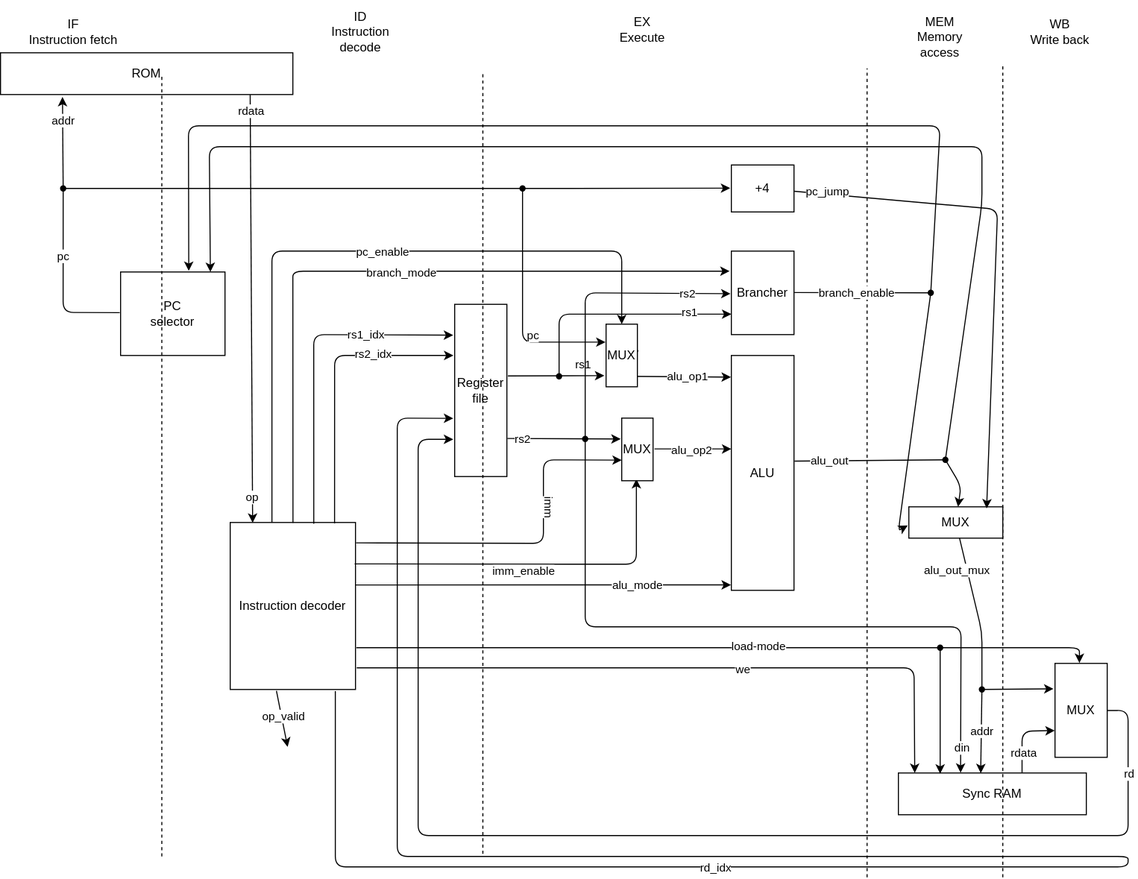
Before: doc/diagram.drawio.svg, a diagram exported from draw.io (ncotti/riscotti-v). Source tidied: cells renumbered, new cells last; positions are measured from the earlier drawing's top-left corner, leaving out a move shared by most shapes.
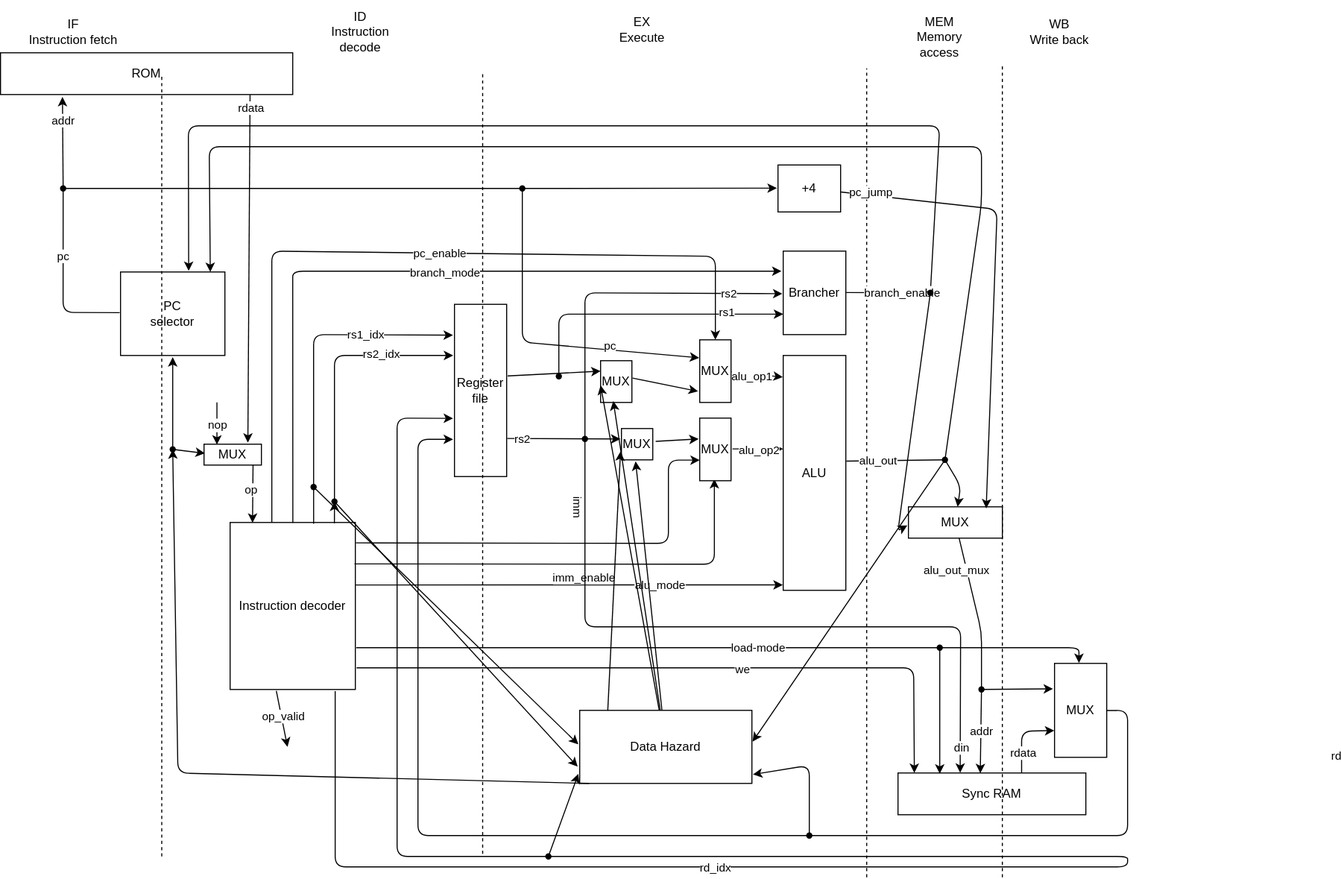
After the commit.

Commit message:
Data hazard for repeated store is saved

What changed in the source:
```diff
@@ -25,10 +25,10 @@
       </mxGeometry>
     </mxCell>
     <mxCell id="6" style="edgeStyle=none;html=1;exitX=0.333;exitY=0.005;exitDx=0;exitDy=0;exitPerimeter=0;entryX=0.5;entryY=0;entryDx=0;entryDy=0;entryPerimeter=0;" parent="1" edge="1" source="8" target="86">
-      <mxGeometry x="-0.5" relative="1" as="geometry">
+      <mxGeometry x="-0.53" relative="1" as="geometry">
         <Array as="points">
           <mxPoint x="260" y="240" />
-          <mxPoint x="595" y="240" />
+          <mxPoint x="685" y="245" />
         </Array>
       </mxGeometry>
     </mxCell>
@@ -57,34 +57,22 @@
       <mxGeometry x="25" y="20" width="90" height="20" as="geometry" />
     </mxCell>
     <mxCell id="15" value="ALU" style="rounded=0;whiteSpace=wrap;html=1;" parent="1" vertex="1">
-      <mxGeometry x="700" y="340" width="60" height="225" as="geometry" />
+      <mxGeometry x="750" y="340" width="60" height="225" as="geometry" />
     </mxCell>
-    <mxCell id="16" style="edgeStyle=none;html=1;entryX=-0.028;entryY=0.784;entryDx=0;entryDy=0;entryPerimeter=0;exitX=1;exitY=0.502;exitDx=0;exitDy=0;exitPerimeter=0;" parent="1" edge="1" source="70" target="3">
+    <mxCell id="16" style="edgeStyle=none;html=1;entryX=-0.028;entryY=0.784;entryDx=0;entryDy=0;entryPerimeter=0;exitDx=0;exitDy=0;exitPerimeter=0;" parent="1" edge="1" source="104" target="3">
       <mxGeometry x="-0.05" relative="1" as="geometry">
         <Array as="points">
-          <mxPoint x="1080" y="680" />
-          <mxPoint x="1080" y="800" />
           <mxPoint x="400" y="800" />
           <mxPoint x="400" y="420.4" />
         </Array>
       </mxGeometry>
     </mxCell>
-    <mxCell id="17" value="rd" style="edgeLabel;html=1;align=center;verticalAlign=middle;" parent="16" vertex="1">
-      <mxGeometry x="-0.45" y="-1" relative="1" as="geometry">
-        <mxPoint x="200" y="-59" as="offset" />
-      </mxGeometry>
-    </mxCell>
     <mxCell id="18" value="&lt;div&gt;Sync RAM&lt;/div&gt;" style="rounded=0;whiteSpace=wrap;html=1;" parent="1" vertex="1">
       <mxGeometry x="860" y="740" width="180" height="40" as="geometry" />
     </mxCell>
-    <mxCell id="19" style="endArrow=classic;html=1;exitX=1.01;exitY=0.779;exitDx=0;exitDy=0;exitPerimeter=0;entryX=-0.034;entryY=0.333;entryDx=0;entryDy=0;entryPerimeter=0;" parent="1" edge="1" source="3" target="43">
+    <mxCell id="19" style="endArrow=classic;html=1;exitX=1.093;exitY=0.409;exitDx=0;exitDy=0;exitPerimeter=0;entryX=-0.034;entryY=0.333;entryDx=0;entryDy=0;entryPerimeter=0;" parent="1" edge="1" source="108" target="43">
       <mxGeometry relative="1" as="geometry" />
     </mxCell>
-    <mxCell id="20" value="rs2" style="edgeLabel;html=1;align=center;verticalAlign=middle;" parent="19" vertex="1">
-      <mxGeometry x="-0.18" y="2" relative="1" as="geometry">
-        <mxPoint x="-31" y="2" as="offset" />
-      </mxGeometry>
-    </mxCell>
     <mxCell id="21" style="endArrow=none;dashed=1;html=1;" parent="1" edge="1">
       <mxGeometry relative="1" as="geometry">
         <mxPoint x="462" y="817.5" as="sourcePoint" />
@@ -109,7 +97,7 @@
         <mxPoint x="28" as="offset" />
       </mxGeometry>
     </mxCell>
-    <mxCell id="25" style="endArrow=classic;html=1;entryX=-0.025;entryY=0.297;entryDx=0;entryDy=0;entryPerimeter=0;exitX=0.833;exitY=0.005;exitDx=0;exitDy=0;exitPerimeter=0;" parent="1" edge="1" source="8" target="3">
+    <mxCell id="25" style="endArrow=classic;html=1;entryX=-0.025;entryY=0.297;entryDx=0;entryDy=0;entryPerimeter=0;exitDx=0;exitDy=0;exitPerimeter=0;" parent="1" edge="1" source="116" target="3">
       <mxGeometry x="0.19" relative="1" as="geometry">
         <Array as="points">
           <mxPoint x="320" y="340" />
@@ -132,7 +120,7 @@
     <mxCell id="29" style="edgeStyle=none;html=1;entryX=0.468;entryY=0.973;entryDx=0;entryDy=0;entryPerimeter=0;exitX=0.993;exitY=0.248;exitDx=0;exitDy=0;exitPerimeter=0;" parent="1" edge="1" source="8" target="43">
       <mxGeometry x="0.44" relative="1" as="geometry">
         <Array as="points">
-          <mxPoint x="609" y="540" />
+          <mxPoint x="684" y="540" />
         </Array>
       </mxGeometry>
     </mxCell>
@@ -201,16 +189,14 @@
       </mxGeometry>
     </mxCell>
     <mxCell id="43" value="MUX" style="rounded=0;whiteSpace=wrap;html=1;" parent="1" vertex="1">
-      <mxGeometry x="595" y="400" width="30" height="60" as="geometry" />
+      <mxGeometry x="670" y="400" width="30" height="60" as="geometry" />
     </mxCell>
-    <mxCell id="44" style="edgeStyle=none;html=1;endArrow=classic;endFill=1;entryX=-0.007;entryY=0.092;entryDx=0;entryDy=0;entryPerimeter=0;" parent="1" edge="1" target="15">
-      <mxGeometry relative="1" as="geometry">
-        <mxPoint x="600" y="360" as="sourcePoint" />
-      </mxGeometry>
+    <mxCell id="44" style="edgeStyle=none;html=1;endArrow=classic;endFill=1;entryX=-0.007;entryY=0.092;entryDx=0;entryDy=0;entryPerimeter=0;exitX=0.993;exitY=0.508;exitDx=0;exitDy=0;exitPerimeter=0;" parent="1" edge="1" source="86" target="15">
+      <mxGeometry relative="1" as="geometry" />
     </mxCell>
     <mxCell id="45" value="alu_op1" style="edgeLabel;html=1;align=center;verticalAlign=middle;" parent="44" vertex="1">
-      <mxGeometry x="0.56" y="1" relative="1" as="geometry">
-        <mxPoint x="-21" as="offset" />
+      <mxGeometry x="0.31" y="1" relative="1" as="geometry">
+        <mxPoint x="-13" y="2" as="offset" />
       </mxGeometry>
     </mxCell>
     <mxCell id="46" style="edgeStyle=none;html=1;exitX=0.501;exitY=0.002;exitDx=0;exitDy=0;exitPerimeter=0;entryX=-0.027;entryY=0.24;entryDx=0;entryDy=0;entryPerimeter=0;" parent="1" edge="1" source="8" target="61">
@@ -262,17 +248,9 @@
         <mxPoint x="960" y="60" as="targetPoint" />
       </mxGeometry>
     </mxCell>
-    <mxCell id="54" style="endArrow=classic;html=1;exitX=0.854;exitY=1.009;exitDx=0;exitDy=0;exitPerimeter=0;entryX=0.179;entryY=0.002;entryDx=0;entryDy=0;entryPerimeter=0;" parent="1" edge="1" source="2" target="8">
+    <mxCell id="54" style="endArrow=classic;html=1;exitX=0.854;exitY=1.009;exitDx=0;exitDy=0;exitPerimeter=0;entryX=0.179;entryY=0.002;entryDx=0;entryDy=0;entryPerimeter=0;" parent="1" edge="1" source="125" target="8">
       <mxGeometry relative="1" as="geometry" />
     </mxCell>
-    <mxCell id="55" value="op" style="edgeLabel;html=1;align=center;verticalAlign=middle;" parent="54" vertex="1">
-      <mxGeometry x="-0.82" y="-1" relative="1" as="geometry">
-        <mxPoint x="2" y="349" as="offset" />
-      </mxGeometry>
-    </mxCell>
-    <mxCell id="56" value="rdata" style="edgeLabel;html=1;align=center;verticalAlign=middle;" parent="54" vertex="1">
-      <mxGeometry x="-0.93" relative="1" as="geometry" />
-    </mxCell>
     <mxCell id="57" style="edgeStyle=none;html=1;entryX=0.86;entryY=0;entryDx=0;entryDy=0;entryPerimeter=0;" parent="1" edge="1" source="89" target="13">
       <mxGeometry x="0.33" relative="1" as="geometry">
         <Array as="points">
@@ -286,8 +264,8 @@
     <mxCell id="58" style="edgeStyle=none;html=1;exitX=1.004;exitY=0.122;exitDx=0;exitDy=0;exitPerimeter=0;rounded=1;curved=0;endArrow=classic;endFill=1;entryX=0.003;entryY=0.671;entryDx=0;entryDy=0;entryPerimeter=0;" parent="1" edge="1" source="8" target="43">
       <mxGeometry x="-0.33" relative="1" as="geometry">
         <Array as="points">
-          <mxPoint x="520" y="520" />
-          <mxPoint x="520" y="440" />
+          <mxPoint x="640" y="520" />
+          <mxPoint x="640" y="440.3" />
         </Array>
       </mxGeometry>
     </mxCell>
@@ -305,18 +283,8 @@
       </mxGeometry>
     </mxCell>
     <mxCell id="61" value="Brancher" style="rounded=0;whiteSpace=wrap;html=1;" parent="1" vertex="1">
-      <mxGeometry x="700" y="240" width="60" height="80" as="geometry" />
+      <mxGeometry x="750" y="240" width="60" height="80" as="geometry" />
     </mxCell>
-    <mxCell id="62" style="edgeStyle=none;html=1;endArrow=none;endFill=0;entryDx=0;entryDy=0;entryPerimeter=0;exitX=1.02;exitY=0.416;exitDx=0;exitDy=0;exitPerimeter=0;" parent="1" edge="1" source="86">
-      <mxGeometry relative="1" as="geometry">
-        <mxPoint x="600" y="360" as="targetPoint" />
-      </mxGeometry>
-    </mxCell>
-    <mxCell id="63" value="rs1" style="edgeLabel;html=1;align=center;verticalAlign=middle;" parent="62" vertex="1">
-      <mxGeometry x="0.07" relative="1" as="geometry">
-        <mxPoint x="-47" as="offset" />
-      </mxGeometry>
-    </mxCell>
     <mxCell id="64" style="endArrow=none;dashed=1;html=1;" parent="1" edge="1">
       <mxGeometry relative="1" as="geometry">
         <mxPoint x="830" y="840" as="sourcePoint" />
@@ -415,11 +383,11 @@
     <mxCell id="84" style="shape=waypoint;sketch=0;fillStyle=solid;size=6;points=[];fillColor=none;perimeter=centerPerimeter;snapToPoint=1;" parent="1" vertex="1">
       <mxGeometry x="525" y="350" width="20" height="20" as="geometry" />
     </mxCell>
-    <mxCell id="85" style="edgeStyle=none;html=1;endArrow=classic;endFill=1;entryDx=0;entryDy=0;entryPerimeter=0;exitX=1.02;exitY=0.416;exitDx=0;exitDy=0;exitPerimeter=0;entryX=-0.056;entryY=0.822;" parent="1" edge="1" source="3" target="86">
+    <mxCell id="85" style="edgeStyle=none;html=1;endArrow=classic;endFill=1;entryDx=0;entryDy=0;entryPerimeter=0;exitX=1.02;exitY=0.416;exitDx=0;exitDy=0;exitPerimeter=0;entryX=-0.056;entryY=0.822;" parent="1" edge="1" source="111" target="86">
       <mxGeometry relative="1" as="geometry" />
     </mxCell>
     <mxCell id="86" value="MUX" style="rounded=0;whiteSpace=wrap;html=1;" parent="1" vertex="1">
-      <mxGeometry x="580" y="310" width="30" height="60" as="geometry" />
+      <mxGeometry x="670" y="325" width="30" height="60" as="geometry" />
     </mxCell>
     <mxCell id="87" style="edgeStyle=none;html=1;entryDx=0;entryDy=0;entryPerimeter=0;exitX=1.008;exitY=0.45;exitDx=0;exitDy=0;exitPerimeter=0;endArrow=none;endFill=0;" parent="1" edge="1" source="15" target="89">
       <mxGeometry x="0.2" relative="1" as="geometry" />
@@ -442,7 +410,7 @@
       <mxGeometry x="490" y="170" width="20" height="20" as="geometry" />
     </mxCell>
     <mxCell id="93" value="+4" style="rounded=0;whiteSpace=wrap;html=1;" parent="1" vertex="1">
-      <mxGeometry x="700" y="157.5" width="60" height="45" as="geometry" />
+      <mxGeometry x="745" y="157.5" width="60" height="45" as="geometry" />
     </mxCell>
     <mxCell id="94" style="edgeStyle=none;html=1;entryDx=0;entryDy=0;entryPerimeter=0;exitDx=0;exitDy=0;exitPerimeter=0;endArrow=classic;endFill=1;" parent="1" edge="1" source="89" target="95">
       <mxGeometry x="0.2" relative="1" as="geometry">
@@ -482,5 +450,125 @@
         </Array>
       </mxGeometry>
     </mxCell>
+    <mxCell id="102" value="Data Hazard" style="rounded=0;whiteSpace=wrap;html=1;" parent="1" vertex="1">
+      <mxGeometry x="555" y="680" width="165" height="70" as="geometry" />
+    </mxCell>
+    <mxCell id="103" style="edgeStyle=none;html=1;exitX=1;exitY=0.502;exitDx=0;exitDy=0;exitPerimeter=0;endArrow=none;endFill=0;" parent="1" edge="1" source="70" target="104">
+      <mxGeometry x="-0.05" relative="1" as="geometry">
+        <Array as="points">
+          <mxPoint x="1080" y="680" />
+          <mxPoint x="1080" y="800" />
+        </Array>
+      </mxGeometry>
+    </mxCell>
+    <mxCell id="17" value="rd" style="edgeLabel;html=1;align=center;verticalAlign=middle;" parent="103" vertex="1">
+      <mxGeometry x="-0.45" y="-1" relative="1" as="geometry">
+        <mxPoint x="200" y="-59" as="offset" />
+      </mxGeometry>
+    </mxCell>
+    <mxCell id="104" style="shape=waypoint;sketch=0;fillStyle=solid;size=6;points=[];fillColor=none;perimeter=centerPerimeter;snapToPoint=1;" parent="1" vertex="1">
+      <mxGeometry x="765" y="790" width="20" height="20" as="geometry" />
+    </mxCell>
+    <mxCell id="105" style="edgeStyle=none;html=1;entryX=1.006;entryY=0.878;entryDx=0;entryDy=0;entryPerimeter=0;" parent="1" edge="1" source="104" target="102">
+      <mxGeometry relative="1" as="geometry">
+        <Array as="points">
+          <mxPoint x="775" y="732.7" />
+        </Array>
+      </mxGeometry>
+    </mxCell>
+    <mxCell id="106" style="edgeStyle=none;html=1;entryX=1.004;entryY=0.428;entryDx=0;entryDy=0;entryPerimeter=0;" parent="1" edge="1" source="89" target="102">
+      <mxGeometry relative="1" as="geometry" />
+    </mxCell>
+    <mxCell id="107" style="endArrow=classic;html=1;exitX=1.01;exitY=0.779;exitDx=0;exitDy=0;exitPerimeter=0;entryX=-0.034;entryY=0.333;entryDx=0;entryDy=0;entryPerimeter=0;" parent="1" edge="1" source="3" target="108">
+      <mxGeometry relative="1" as="geometry" />
+    </mxCell>
+    <mxCell id="20" value="rs2" style="edgeLabel;html=1;align=center;verticalAlign=middle;" parent="107" vertex="1">
+      <mxGeometry x="-0.18" y="2" relative="1" as="geometry">
+        <mxPoint x="-31" y="2" as="offset" />
+      </mxGeometry>
+    </mxCell>
+    <mxCell id="108" value="MUX" style="rounded=0;whiteSpace=wrap;html=1;" parent="1" vertex="1">
+      <mxGeometry x="595" y="410" width="30" height="30" as="geometry" />
+    </mxCell>
+    <mxCell id="109" style="edgeStyle=none;html=1;entryX=-0.03;entryY=0.729;entryDx=0;entryDy=0;entryPerimeter=0;exitX=0.163;exitY=0.003;exitDx=0;exitDy=0;exitPerimeter=0;" parent="1" edge="1" source="102" target="108">
+      <mxGeometry relative="1" as="geometry" />
+    </mxCell>
+    <mxCell id="110" style="edgeStyle=none;html=1;endArrow=classic;endFill=1;entryDx=0;entryDy=0;entryPerimeter=0;exitX=1.02;exitY=0.416;exitDx=0;exitDy=0;exitPerimeter=0;entryX=0;entryY=0.25;" parent="1" edge="1" source="3" target="111">
+      <mxGeometry relative="1" as="geometry" />
+    </mxCell>
+    <mxCell id="111" value="MUX" style="rounded=0;whiteSpace=wrap;html=1;" parent="1" vertex="1">
+      <mxGeometry x="575" y="345" width="30" height="40" as="geometry" />
+    </mxCell>
+    <mxCell id="112" style="edgeStyle=none;html=1;entryX=0.452;entryY=1.048;entryDx=0;entryDy=0;entryPerimeter=0;" parent="1" edge="1" source="102" target="108">
+      <mxGeometry relative="1" as="geometry" />
+    </mxCell>
+    <mxCell id="113" style="edgeStyle=none;html=1;entryX=0.405;entryY=0.966;entryDx=0;entryDy=0;entryPerimeter=0;" parent="1" edge="1" source="102" target="111">
+      <mxGeometry relative="1" as="geometry" />
+    </mxCell>
+    <mxCell id="114" style="edgeStyle=none;html=1;entryX=0.001;entryY=0.59;entryDx=0;entryDy=0;entryPerimeter=0;" parent="1" edge="1" source="102" target="111">
+      <mxGeometry relative="1" as="geometry" />
+    </mxCell>
+    <mxCell id="115" style="endArrow=classic;html=1;entryDx=0;entryDy=0;entryPerimeter=0;exitX=0.833;exitY=0.005;exitDx=0;exitDy=0;exitPerimeter=0;" parent="1" edge="1" source="8" target="116">
+      <mxGeometry x="0.19" relative="1" as="geometry" />
+    </mxCell>
+    <mxCell id="116" style="shape=waypoint;sketch=0;fillStyle=solid;size=6;points=[];fillColor=none;perimeter=centerPerimeter;snapToPoint=1;" parent="1" vertex="1">
+      <mxGeometry x="310" y="470" width="20" height="20" as="geometry" />
+    </mxCell>
+    <mxCell id="117" style="edgeStyle=none;html=1;entryX=-0.012;entryY=0.771;entryDx=0;entryDy=0;entryPerimeter=0;" parent="1" edge="1" source="116" target="102">
+      <mxGeometry relative="1" as="geometry" />
+    </mxCell>
+    <mxCell id="118" style="shape=waypoint;sketch=0;fillStyle=solid;size=6;points=[];fillColor=none;perimeter=centerPerimeter;snapToPoint=1;" parent="1" vertex="1">
+      <mxGeometry x="290" y="456" width="20" height="20" as="geometry" />
+    </mxCell>
+    <mxCell id="119" style="edgeStyle=none;html=1;entryX=-0.008;entryY=0.465;entryDx=0;entryDy=0;entryPerimeter=0;" parent="1" edge="1" source="118" target="102">
+      <mxGeometry relative="1" as="geometry" />
+    </mxCell>
+    <mxCell id="120" style="shape=waypoint;sketch=0;fillStyle=solid;size=6;points=[];fillColor=none;perimeter=centerPerimeter;snapToPoint=1;" parent="1" vertex="1">
+      <mxGeometry x="515" y="810" width="20" height="20" as="geometry" />
+    </mxCell>
+    <mxCell id="121" style="edgeStyle=none;html=1;entryX=-0.008;entryY=0.87;entryDx=0;entryDy=0;entryPerimeter=0;" parent="1" edge="1" source="120" target="102">
+      <mxGeometry relative="1" as="geometry" />
+    </mxCell>
+    <mxCell id="122" style="endArrow=classic;html=1;exitX=0.854;exitY=1.009;exitDx=0;exitDy=0;exitPerimeter=0;entryX=0.764;entryY=-0.075;entryDx=0;entryDy=0;entryPerimeter=0;" parent="1" edge="1" source="2" target="125">
+      <mxGeometry relative="1" as="geometry" />
+    </mxCell>
+    <mxCell id="55" value="op" style="edgeLabel;html=1;align=center;verticalAlign=middle;" parent="122" vertex="1">
+      <mxGeometry x="-0.82" y="-1" relative="1" as="geometry">
+        <mxPoint x="2" y="349" as="offset" />
+      </mxGeometry>
+    </mxCell>
+    <mxCell id="56" value="rdata" style="edgeLabel;html=1;align=center;verticalAlign=middle;" parent="122" vertex="1">
+      <mxGeometry x="-0.93" relative="1" as="geometry" />
+    </mxCell>
+    <mxCell id="123" style="edgeStyle=none;html=1;entryX=0.225;entryY=0.02;entryDx=0;entryDy=0;entryPerimeter=0;" parent="1" edge="1" target="125">
+      <mxGeometry relative="1" as="geometry">
+        <mxPoint x="207.4" y="385" as="sourcePoint" />
+      </mxGeometry>
+    </mxCell>
+    <mxCell id="124" value="nop" style="edgeLabel;html=1;align=center;verticalAlign=middle;inheritText=1;" parent="123" vertex="1">
+      <mxGeometry x="0.05" relative="1" as="geometry" />
+    </mxCell>
+    <mxCell id="125" value="MUX" style="rounded=0;whiteSpace=wrap;html=1;" parent="1" vertex="1">
+      <mxGeometry x="195" y="425" width="55" height="20" as="geometry" />
+    </mxCell>
+    <mxCell id="126" style="edgeStyle=none;html=1;entryX=0.645;entryY=1.002;entryDx=0;entryDy=0;entryPerimeter=0;exitDx=0;exitDy=0;exitPerimeter=0;" parent="1" edge="1" source="128">
+      <mxGeometry x="0.03" relative="1" as="geometry">
+        <mxPoint x="165" y="341.6" as="targetPoint" />
+      </mxGeometry>
+    </mxCell>
+    <mxCell id="127" style="edgeStyle=none;html=1;entryDx=0;entryDy=0;entryPerimeter=0;exitX=0.143;exitY=0.979;exitDx=0;exitDy=0;exitPerimeter=0;" parent="1" edge="1" target="128">
+      <mxGeometry x="0.03" relative="1" as="geometry">
+        <mxPoint x="564.1" y="750" as="sourcePoint" />
+        <Array as="points">
+          <mxPoint x="170" y="740" />
+        </Array>
+      </mxGeometry>
+    </mxCell>
+    <mxCell id="128" style="shape=waypoint;sketch=0;fillStyle=solid;size=6;points=[];fillColor=none;perimeter=centerPerimeter;snapToPoint=1;" parent="1" vertex="1">
+      <mxGeometry x="155" y="420" width="20" height="20" as="geometry" />
+    </mxCell>
+    <mxCell id="129" style="edgeStyle=none;html=1;entryX=0.015;entryY=0.44;entryDx=0;entryDy=0;entryPerimeter=0;" parent="1" edge="1" source="128" target="125">
+      <mxGeometry relative="1" as="geometry" />
+    </mxCell>
   </root>
 </mxGraphModel>
```
